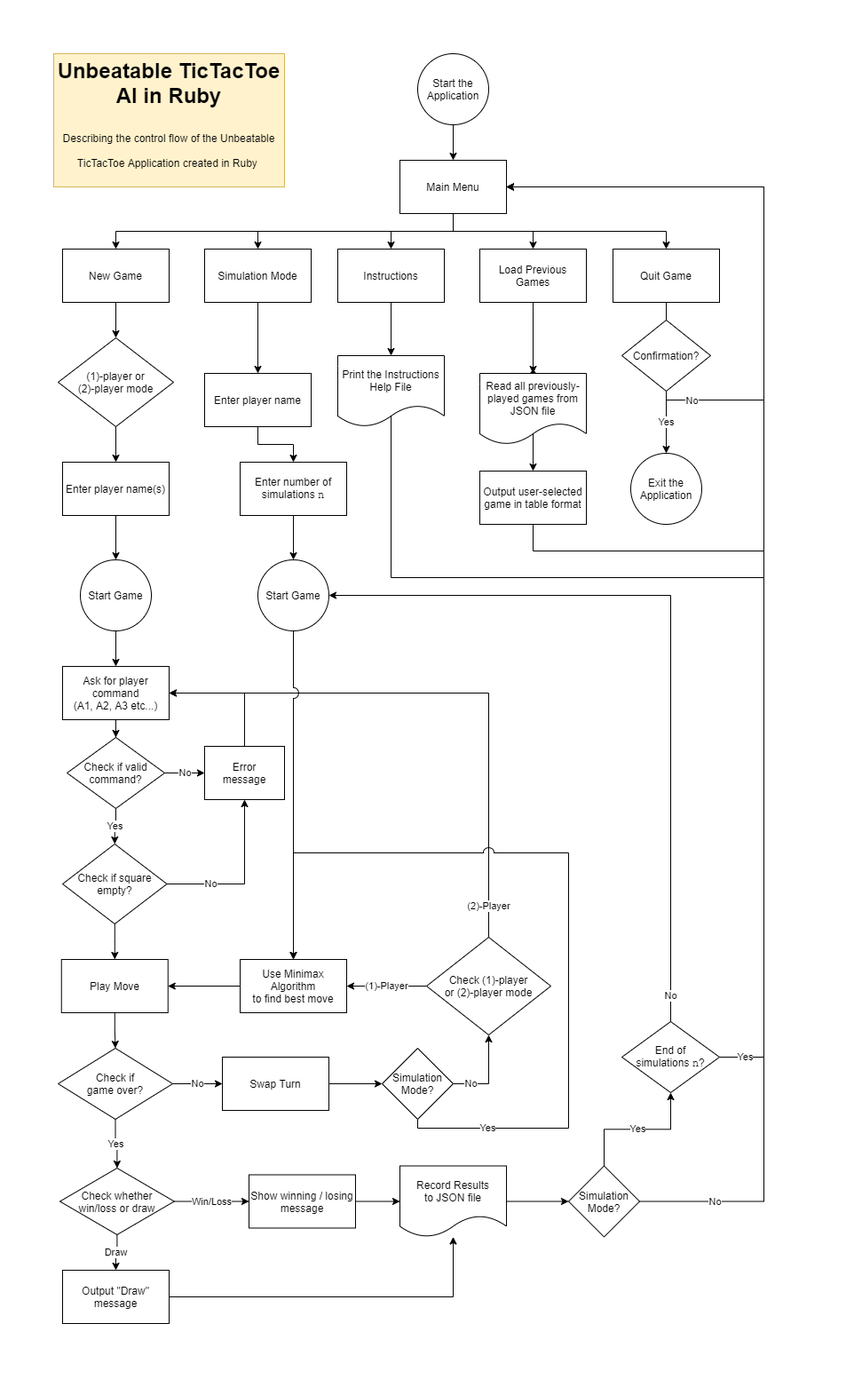
This is docs/control-flow.png from PunitDh/TicTacToeRuby, a draw.io export, as it was before one commit. Source tidied: cells renumbered, new cells last; positions are measured from the earlier drawing's top-left corner, leaving out a move shared by most shapes.
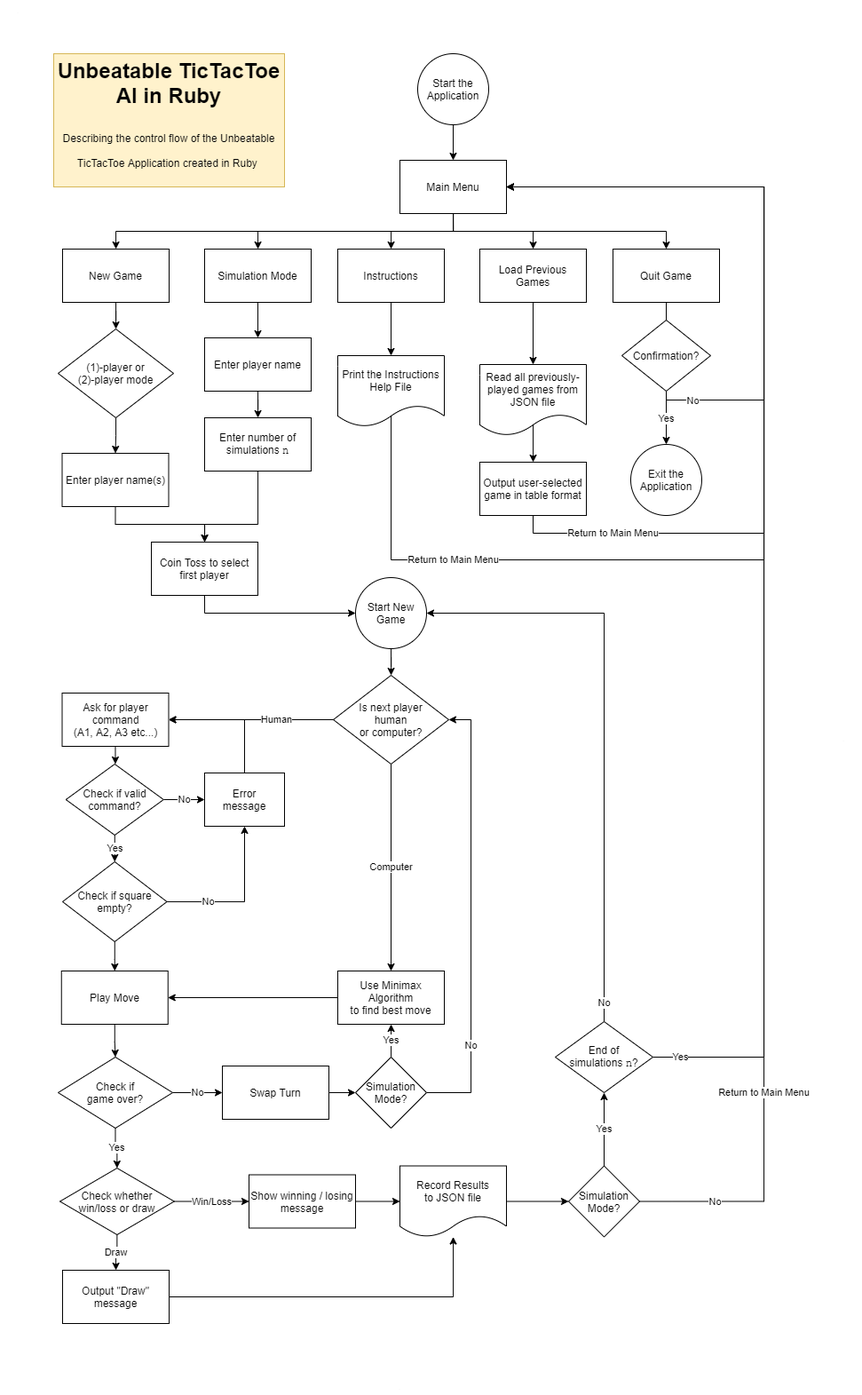
Later version of the same file.

Change to the diagram source:
```diff
@@ -53,4 +53,4 @@
     </mxCell>
-    <mxCell id="16" style="edgeStyle=orthogonalEdgeStyle;rounded=0;jettySize=auto;html=1;exitX=0;exitY=0.75;exitDx=0;exitDy=0;" parent="1" edge="1" source="17">
-      <mxGeometry relative="1" as="geometry">
+    <mxCell id="16" value="Return to Main Menu" style="edgeStyle=orthogonalEdgeStyle;rounded=0;jettySize=auto;html=1;exitX=0;exitY=0.75;exitDx=0;exitDy=0;" parent="1" edge="1" source="17">
+      <mxGeometry x="-0.51" relative="1" as="geometry">
         <mxPoint x="570" y="210" as="targetPoint" />
@@ -59,4 +59,4 @@
           <mxPoint x="440" y="440" />
-          <mxPoint x="440" y="650" />
-          <mxPoint x="860" y="650" />
+          <mxPoint x="440" y="630" />
+          <mxPoint x="860" y="630" />
           <mxPoint x="860" y="210" />
@@ -68,3 +68,3 @@
     </mxCell>
-    <mxCell id="18" style="edgeStyle=orthogonalEdgeStyle;rounded=0;jettySize=auto;html=1;" parent="1" edge="1" source="19" target="72">
+    <mxCell id="18" style="edgeStyle=orthogonalEdgeStyle;rounded=0;jettySize=auto;html=1;entryX=0.5;entryY=0;entryDx=0;entryDy=0;" parent="1" edge="1" source="19" target="74">
       <mxGeometry relative="1" as="geometry" />
@@ -83,3 +83,3 @@
     <mxCell id="22" value="Exit the Application" style="ellipse;whiteSpace=wrap;html=1;align=center;" parent="1" vertex="1">
-      <mxGeometry x="710" y="510" width="80" height="80" as="geometry" />
+      <mxGeometry x="710" y="500" width="80" height="80" as="geometry" />
     </mxCell>
@@ -109,5 +109,5 @@
     <mxCell id="28" value="&lt;span&gt;(1)-player or&lt;br&gt;(2)-player mode&lt;/span&gt;" style="rhombus;whiteSpace=wrap;html=1;rounded=0;" parent="1" vertex="1">
-      <mxGeometry x="65" y="380" width="130" height="100" as="geometry" />
+      <mxGeometry x="65" y="370" width="130" height="100" as="geometry" />
     </mxCell>
-    <mxCell id="29" style="edgeStyle=orthogonalEdgeStyle;rounded=0;jettySize=auto;html=1;entryX=0.5;entryY=0;entryDx=0;entryDy=0;exitX=0.5;exitY=1;exitDx=0;exitDy=0;" parent="1" edge="1" source="30" target="38">
+    <mxCell id="29" style="edgeStyle=orthogonalEdgeStyle;rounded=0;jettySize=auto;html=1;entryX=0.5;entryY=0;entryDx=0;entryDy=0;exitX=0.5;exitY=1;exitDx=0;exitDy=0;" parent="1" edge="1" source="30" target="92">
       <mxGeometry relative="1" as="geometry" />
@@ -115,3 +115,3 @@
     <mxCell id="30" value="Enter player name(s)" style="whiteSpace=wrap;html=1;rounded=0;" parent="1" vertex="1">
-      <mxGeometry x="70" y="520" width="120" height="60" as="geometry" />
+      <mxGeometry x="69.5" y="510" width="120" height="60" as="geometry" />
     </mxCell>
@@ -121,9 +121,14 @@
     <mxCell id="32" value="Enter player name" style="whiteSpace=wrap;html=1;rounded=0;" parent="1" vertex="1">
-      <mxGeometry x="230" y="420" width="120" height="60" as="geometry" />
+      <mxGeometry x="230" y="380" width="120" height="60" as="geometry" />
     </mxCell>
-    <mxCell id="33" style="edgeStyle=orthogonalEdgeStyle;rounded=0;jumpStyle=arc;jumpSize=12;jettySize=auto;html=1;strokeWidth=1;" parent="1" edge="1" source="34" target="85">
-      <mxGeometry relative="1" as="geometry" />
-    </mxCell>
+    <mxCell id="89" style="edgeStyle=orthogonalEdgeStyle;rounded=0;jumpStyle=arc;jumpSize=10;jettySize=auto;html=1;" parent="1" edge="1" source="34" target="92">
+      <mxGeometry relative="1" as="geometry">
+        <Array as="points">
+          <mxPoint x="290" y="590" />
+          <mxPoint x="230" y="590" />
+        </Array>
+      </mxGeometry>
+    </mxCell>
     <mxCell id="34" value="Enter number of simulations &lt;font face=&quot;Courier New&quot;&gt;n&lt;/font&gt;" style="whiteSpace=wrap;html=1;rounded=0;" parent="1" vertex="1">
-      <mxGeometry x="270" y="520" width="120" height="60" as="geometry" />
+      <mxGeometry x="230" y="470" width="120" height="60" as="geometry" />
     </mxCell>
@@ -135,8 +140,2 @@
     </mxCell>
-    <mxCell id="37" style="edgeStyle=orthogonalEdgeStyle;rounded=0;jettySize=auto;html=1;" parent="1" edge="1" source="38" target="41">
-      <mxGeometry relative="1" as="geometry" />
-    </mxCell>
-    <mxCell id="38" value="Start Game" style="ellipse;whiteSpace=wrap;html=1;align=center;" parent="1" vertex="1">
-      <mxGeometry x="90" y="630" width="80" height="80" as="geometry" />
-    </mxCell>
     <mxCell id="39" value="Start the Application" style="ellipse;whiteSpace=wrap;html=1;align=center;" parent="1" vertex="1">
@@ -148,3 +147,3 @@
     <mxCell id="41" value="Ask for player command&lt;br&gt;(A1, A2, A3 etc...)" style="whiteSpace=wrap;html=1;" parent="1" vertex="1">
-      <mxGeometry x="70" y="750" width="120" height="60" as="geometry" />
+      <mxGeometry x="69.5" y="780" width="120" height="60" as="geometry" />
     </mxCell>
@@ -157,5 +156,5 @@
     <mxCell id="44" value="Check if valid command?" style="rhombus;whiteSpace=wrap;html=1;" parent="1" vertex="1">
-      <mxGeometry x="75" y="830" width="110" height="80" as="geometry" />
+      <mxGeometry x="73.8" y="860" width="110" height="80" as="geometry" />
     </mxCell>
-    <mxCell id="45" style="edgeStyle=orthogonalEdgeStyle;rounded=0;jettySize=auto;html=1;entryX=1;entryY=0.5;entryDx=0;entryDy=0;exitX=0.5;exitY=0;exitDx=0;exitDy=0;" parent="1" edge="1" source="46" target="41">
+    <mxCell id="45" style="edgeStyle=orthogonalEdgeStyle;rounded=0;jumpStyle=none;jumpSize=10;jettySize=auto;html=1;entryX=1;entryY=0.5;entryDx=0;entryDy=0;exitX=0.5;exitY=0;exitDx=0;exitDy=0;" parent="1" edge="1" source="46" target="41">
       <mxGeometry relative="1" as="geometry" />
@@ -163,3 +162,3 @@
     <mxCell id="46" value="Error&lt;br&gt;message" style="whiteSpace=wrap;html=1;" parent="1" vertex="1">
-      <mxGeometry x="230" y="840" width="90" height="60" as="geometry" />
+      <mxGeometry x="230" y="870" width="90" height="60" as="geometry" />
     </mxCell>
@@ -172,3 +171,3 @@
     <mxCell id="49" value="Check if square&lt;br&gt;empty?" style="rhombus;whiteSpace=wrap;html=1;align=center;" parent="1" vertex="1">
-      <mxGeometry x="70" y="950" width="117.5" height="90" as="geometry" />
+      <mxGeometry x="70" y="970" width="117.5" height="90" as="geometry" />
     </mxCell>
@@ -178,3 +177,3 @@
     <mxCell id="51" value="Play Move" style="whiteSpace=wrap;html=1;" parent="1" vertex="1">
-      <mxGeometry x="68.8" y="1080" width="120" height="60" as="geometry" />
+      <mxGeometry x="68.8" y="1093" width="120" height="60" as="geometry" />
     </mxCell>
@@ -187,3 +186,3 @@
     <mxCell id="54" value="Check if&lt;br&gt;game over?" style="rhombus;whiteSpace=wrap;html=1;align=center;" parent="1" vertex="1">
-      <mxGeometry x="65" y="1180" width="129" height="80" as="geometry" />
+      <mxGeometry x="65" y="1190" width="129" height="80" as="geometry" />
     </mxCell>
@@ -204,4 +203,4 @@
     </mxCell>
-    <mxCell id="60" style="edgeStyle=orthogonalEdgeStyle;rounded=0;jettySize=auto;html=1;entryX=1;entryY=0.5;entryDx=0;entryDy=0;exitX=1;exitY=0.5;exitDx=0;exitDy=0;" parent="1" edge="1" source="80" target="9">
-      <mxGeometry relative="1" as="geometry">
+    <mxCell id="60" value="Return to Main Menu" style="edgeStyle=orthogonalEdgeStyle;rounded=0;jettySize=auto;html=1;entryX=1;entryY=0.5;entryDx=0;entryDy=0;exitX=1;exitY=0.5;exitDx=0;exitDy=0;" parent="1" edge="1" source="80" target="9">
+      <mxGeometry x="-0.67" relative="1" as="geometry">
         <Array as="points">
@@ -222,4 +221,9 @@
     </mxCell>
-    <mxCell id="64" value="No" style="edgeStyle=orthogonalEdgeStyle;rounded=0;jettySize=auto;html=1;entryX=0.5;entryY=1;entryDx=0;entryDy=0;exitX=1;exitY=0.5;exitDx=0;exitDy=0;" parent="1" edge="1" source="78" target="69">
-      <mxGeometry x="-0.58" relative="1" as="geometry" />
+    <mxCell id="64" value="No" style="edgeStyle=orthogonalEdgeStyle;rounded=0;jettySize=auto;html=1;exitX=1;exitY=0.5;exitDx=0;exitDy=0;entryX=1;entryY=0.5;entryDx=0;entryDy=0;" parent="1" edge="1" source="78" target="95">
+      <mxGeometry x="-0.58" relative="1" as="geometry">
+        <Array as="points">
+          <mxPoint x="530" y="1230" />
+          <mxPoint x="530" y="810" />
+        </Array>
+      </mxGeometry>
     </mxCell>
@@ -229,17 +233,4 @@
     <mxCell id="66" value="Swap Turn" style="whiteSpace=wrap;html=1;" parent="1" vertex="1">
-      <mxGeometry x="250" y="1190" width="120" height="60" as="geometry" />
+      <mxGeometry x="250" y="1200" width="120" height="60" as="geometry" />
     </mxCell>
-    <mxCell id="67" value="(2)-Player" style="edgeStyle=orthogonalEdgeStyle;rounded=0;jettySize=auto;html=1;entryX=1;entryY=0.5;entryDx=0;entryDy=0;exitX=0.5;exitY=0;exitDx=0;exitDy=0;" parent="1" edge="1" source="69" target="41">
-      <mxGeometry x="-0.89" relative="1" as="geometry">
-        <Array as="points">
-          <mxPoint x="550" y="780" />
-        </Array>
-      </mxGeometry>
-    </mxCell>
-    <mxCell id="68" value="(1)-Player" style="edgeStyle=orthogonalEdgeStyle;rounded=0;jettySize=auto;html=1;entryX=1;entryY=0.5;entryDx=0;entryDy=0;" parent="1" edge="1" source="69" target="71">
-      <mxGeometry relative="1" as="geometry" />
-    </mxCell>
-    <mxCell id="69" value="Check (1)-player&lt;br&gt;or (2)-player mode" style="rhombus;whiteSpace=wrap;html=1;" parent="1" vertex="1">
-      <mxGeometry x="480" y="1055" width="140" height="110" as="geometry" />
-    </mxCell>
     <mxCell id="70" style="edgeStyle=orthogonalEdgeStyle;rounded=0;jettySize=auto;html=1;" parent="1" edge="1" source="71" target="51">
@@ -248,7 +239,4 @@
     <mxCell id="71" value="Use Minimax Algorithm&lt;br&gt;to find best move" style="rounded=0;whiteSpace=wrap;html=1;align=center;" parent="1" vertex="1">
-      <mxGeometry x="270" y="1080" width="120" height="60" as="geometry" />
+      <mxGeometry x="380" y="1093" width="120" height="60" as="geometry" />
     </mxCell>
-    <mxCell id="72" style="shape=waypoint;size=6;points=[];fillColor=#ffffff;perimeter=centerPerimeter;snapToPoint=1;rounded=0;" parent="1" vertex="1">
-      <mxGeometry x="580" y="400" width="40" height="40" as="geometry" />
-    </mxCell>
     <mxCell id="73" style="edgeStyle=orthogonalEdgeStyle;rounded=0;jettySize=auto;html=1;exitX=0;exitY=0.5;exitDx=0;exitDy=0;" parent="1" edge="1" source="74" target="76">
@@ -261,11 +249,12 @@
     <mxCell id="74" value="Read all previously-played games from JSON file" style="shape=document;whiteSpace=wrap;html=1;boundedLbl=1;align=center;" parent="1" vertex="1">
-      <mxGeometry x="540" y="420" width="120" height="80" as="geometry" />
+      <mxGeometry x="540" y="410" width="120" height="80" as="geometry" />
     </mxCell>
-    <mxCell id="75" style="edgeStyle=orthogonalEdgeStyle;rounded=0;jumpStyle=arc;jumpSize=12;jettySize=auto;html=1;strokeWidth=1;entryX=1;entryY=0.5;entryDx=0;entryDy=0;exitX=0.5;exitY=1;exitDx=0;exitDy=0;" parent="1" edge="1" source="76" target="9">
-      <mxGeometry relative="1" as="geometry">
+    <mxCell id="75" value="Return to Main Menu" style="edgeStyle=orthogonalEdgeStyle;rounded=0;jumpStyle=arc;jumpSize=12;jettySize=auto;html=1;strokeWidth=1;entryX=1;entryY=0.5;entryDx=0;entryDy=0;exitX=0.5;exitY=1;exitDx=0;exitDy=0;" parent="1" edge="1" source="76" target="9">
+      <mxGeometry x="-0.77" relative="1" as="geometry">
         <Array as="points">
-          <mxPoint x="600" y="620" />
-          <mxPoint x="860" y="620" />
+          <mxPoint x="600" y="600" />
+          <mxPoint x="860" y="600" />
           <mxPoint x="860" y="210" />
         </Array>
+        <mxPoint x="1" as="offset" />
       </mxGeometry>
@@ -273,18 +262,9 @@
     <mxCell id="76" value="Output user-selected game in table format" style="whiteSpace=wrap;html=1;" parent="1" vertex="1">
-      <mxGeometry x="540" y="530" width="120" height="60" as="geometry" />
+      <mxGeometry x="540" y="520" width="120" height="60" as="geometry" />
     </mxCell>
-    <mxCell id="77" value="Yes" style="edgeStyle=orthogonalEdgeStyle;rounded=0;jumpStyle=arc;jumpSize=12;jettySize=auto;html=1;strokeWidth=1;" parent="1" edge="1" source="78">
-      <mxGeometry x="-0.8" relative="1" as="geometry">
-        <mxPoint x="330" y="1080" as="targetPoint" />
-        <Array as="points">
-          <mxPoint x="470" y="1270" />
-          <mxPoint x="640" y="1270" />
-          <mxPoint x="640" y="960" />
-          <mxPoint x="330" y="960" />
-        </Array>
-        <mxPoint x="-1" as="offset" />
-      </mxGeometry>
+    <mxCell id="77" value="Yes" style="edgeStyle=orthogonalEdgeStyle;rounded=0;jumpStyle=arc;jumpSize=10;jettySize=auto;html=1;" parent="1" edge="1" source="78" target="71">
+      <mxGeometry relative="1" as="geometry" />
     </mxCell>
     <mxCell id="78" value="Simulation Mode?" style="rhombus;whiteSpace=wrap;html=1;align=center;" parent="1" vertex="1">
-      <mxGeometry x="430" y="1180" width="80" height="80" as="geometry" />
+      <mxGeometry x="400" y="1190" width="80" height="80" as="geometry" />
     </mxCell>
@@ -305,6 +285,6 @@
     </mxCell>
-    <mxCell id="82" value="No" style="edgeStyle=orthogonalEdgeStyle;rounded=0;jumpStyle=none;jumpSize=12;jettySize=auto;html=1;strokeWidth=1;entryX=1;entryY=0.5;entryDx=0;entryDy=0;" parent="1" edge="1" source="83" target="85">
+    <mxCell id="82" value="No" style="edgeStyle=orthogonalEdgeStyle;rounded=0;jumpStyle=none;jumpSize=12;jettySize=auto;html=1;strokeWidth=1;entryX=1;entryY=0.5;entryDx=0;entryDy=0;exitX=0.5;exitY=0;exitDx=0;exitDy=0;" parent="1" edge="1" source="83" target="85">
       <mxGeometry x="-0.93" relative="1" as="geometry">
         <Array as="points">
-          <mxPoint x="755" y="670" />
+          <mxPoint x="680" y="690" />
         </Array>
@@ -314,13 +294,9 @@
     <mxCell id="83" value="End of&lt;br&gt;simulations &lt;font face=&quot;Courier New&quot;&gt;n&lt;/font&gt;?" style="rhombus;whiteSpace=wrap;html=1;align=center;" parent="1" vertex="1">
-      <mxGeometry x="700" y="1150" width="110" height="80" as="geometry" />
+      <mxGeometry x="625" y="1150" width="110" height="80" as="geometry" />
     </mxCell>
-    <mxCell id="84" style="edgeStyle=orthogonalEdgeStyle;rounded=0;jumpStyle=arc;jumpSize=12;jettySize=auto;html=1;strokeWidth=1;entryX=0.5;entryY=0;entryDx=0;entryDy=0;" parent="1" edge="1" source="85" target="71">
-      <mxGeometry relative="1" as="geometry">
-        <Array as="points">
-          <mxPoint x="330" y="840" />
-        </Array>
-      </mxGeometry>
-    </mxCell>
+    <mxCell id="90" style="edgeStyle=orthogonalEdgeStyle;rounded=0;jumpStyle=none;jumpSize=10;jettySize=auto;html=1;" parent="1" edge="1" source="85" target="95">
+      <mxGeometry relative="1" as="geometry" />
+    </mxCell>
-    <mxCell id="85" value="Start Game" style="ellipse;whiteSpace=wrap;html=1;align=center;" parent="1" vertex="1">
-      <mxGeometry x="290" y="630" width="80" height="80" as="geometry" />
+    <mxCell id="85" value="Start New Game" style="ellipse;whiteSpace=wrap;html=1;align=center;" parent="1" vertex="1">
+      <mxGeometry x="400" y="650" width="80" height="80" as="geometry" />
     </mxCell>
@@ -335,2 +311,21 @@
     </mxCell>
+    <mxCell id="91" style="edgeStyle=orthogonalEdgeStyle;rounded=0;jumpStyle=arc;jumpSize=10;jettySize=auto;html=1;entryX=0;entryY=0.5;entryDx=0;entryDy=0;exitX=0.5;exitY=1;exitDx=0;exitDy=0;" parent="1" edge="1" source="92" target="85">
+      <mxGeometry relative="1" as="geometry" />
+    </mxCell>
+    <mxCell id="92" value="Coin Toss to select first player" style="rounded=0;whiteSpace=wrap;html=1;" parent="1" vertex="1">
+      <mxGeometry x="170" y="610" width="120" height="60" as="geometry" />
+    </mxCell>
+    <mxCell id="93" value="Computer" style="edgeStyle=orthogonalEdgeStyle;rounded=0;jumpStyle=arc;jumpSize=10;jettySize=auto;html=1;entryX=0.5;entryY=0;entryDx=0;entryDy=0;" parent="1" edge="1" source="95" target="71">
+      <mxGeometry relative="1" as="geometry" />
+    </mxCell>
+    <mxCell id="94" value="Human" style="edgeStyle=orthogonalEdgeStyle;rounded=0;jumpStyle=none;jumpSize=10;jettySize=auto;html=1;entryX=1;entryY=0.5;entryDx=0;entryDy=0;exitX=0;exitY=0.5;exitDx=0;exitDy=0;" parent="1" edge="1" source="95" target="41">
+      <mxGeometry x="-0.24" relative="1" as="geometry">
+        <Array as="points">
+          <mxPoint x="380" y="810" />
+        </Array>
+      </mxGeometry>
+    </mxCell>
+    <mxCell id="95" value="Is next player&lt;br&gt;human&lt;br&gt;or computer?" style="rhombus;whiteSpace=wrap;html=1;rounded=0;" parent="1" vertex="1">
+      <mxGeometry x="375" y="760" width="130" height="100" as="geometry" />
+    </mxCell>
   </root>
```
